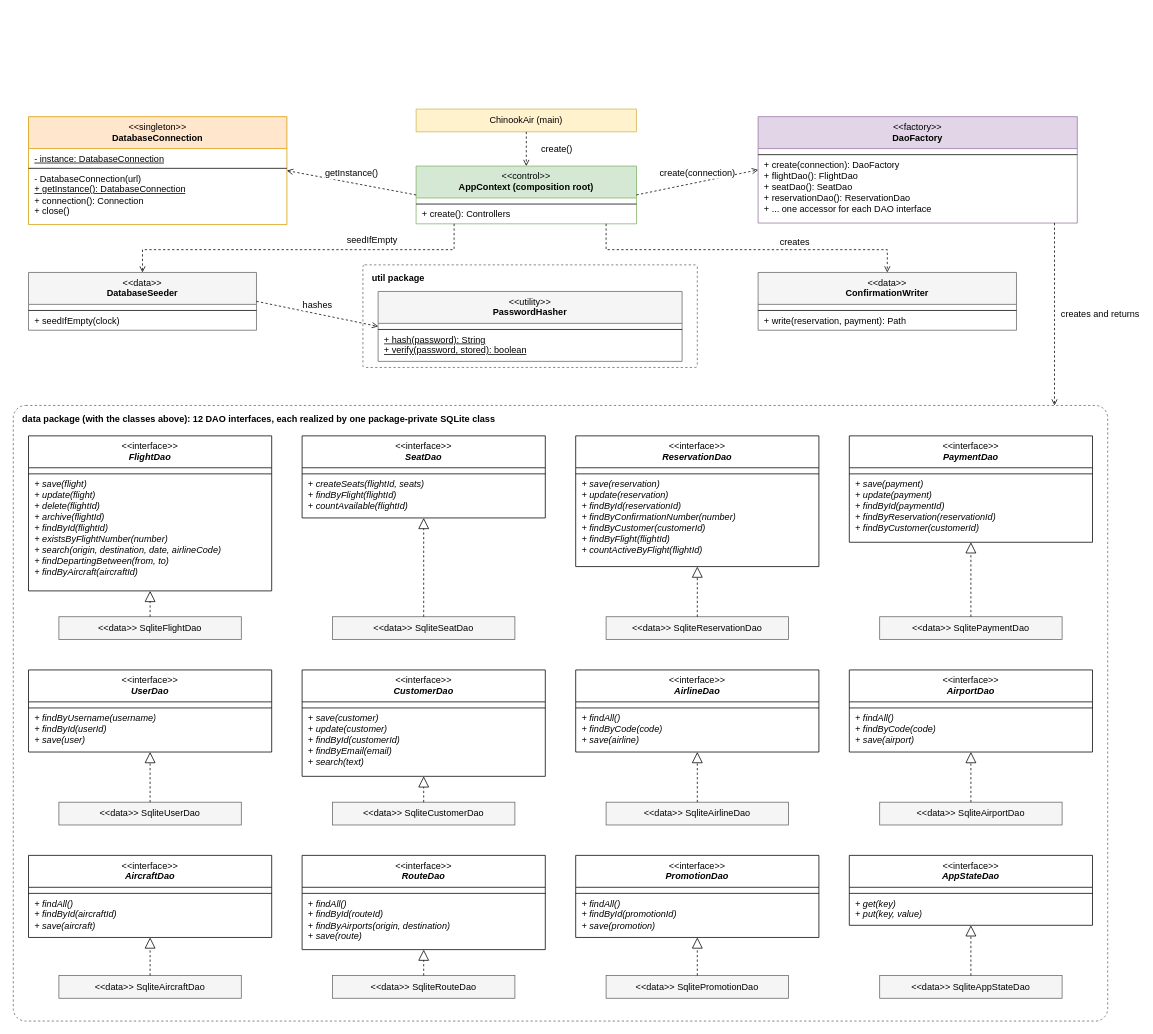
Earlier version of the draw.io diagram docs/diagrams/src/13-class-data.drawio (satyambhanot/ChinookAir). Source tidied: cells renumbered, new cells numbered last; positions are measured from the earlier drawing's top-left corner, leaving out a move shared by most shapes. Both pictures are drawn from the tidied source at 76%, with x=0, y=0 at pixel (13, 109).
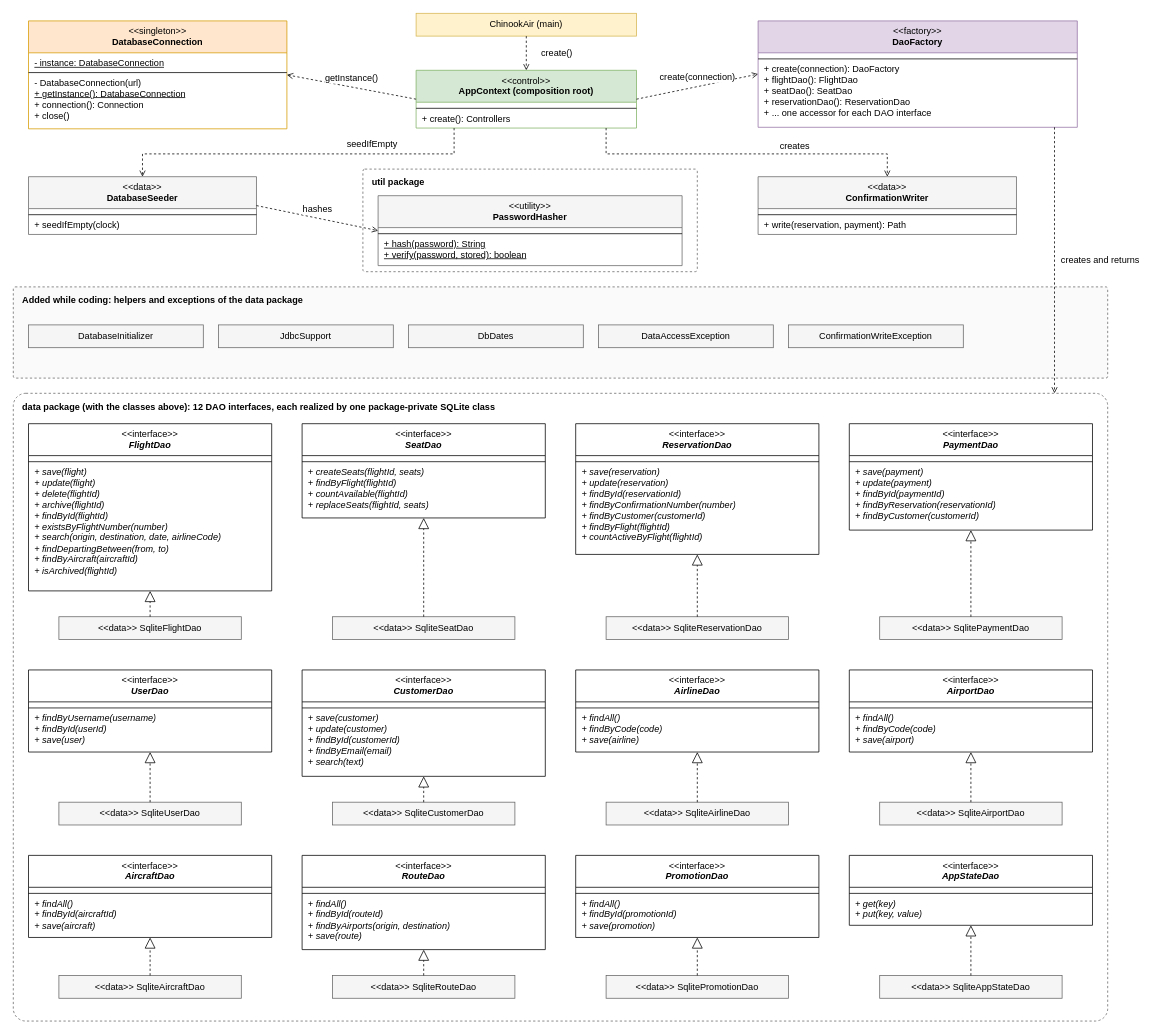
Above is the later version.

Commit message (it also covers changes not shown here):
Draw the classes and operations that were added while coding in the class diagrams

The edit, as a diff of the source:
```diff
@@
     <mxCell id="2" value="&amp;lt;&amp;lt;singleton&amp;gt;&amp;gt;&lt;br&gt;&lt;b&gt;DatabaseConnection&lt;/b&gt;" style="swimlane;fontStyle=0;align=center;verticalAlign=top;horizontal=1;startSize=42;whiteSpace=wrap;html=1;fillColor=#ffe6cc;strokeColor=#d79b00;fontFamily=Helvetica;fontSize=12;" parent="1" vertex="1">
-      <mxGeometry x="20" y="10" width="340" height="142" as="geometry" />
+      <mxGeometry x="20" y="-116" width="340" height="142" as="geometry" />
     </mxCell>
@@
     <mxCell id="6" value="&amp;lt;&amp;lt;control&amp;gt;&amp;gt;&lt;br&gt;&lt;b&gt;AppContext (composition root)&lt;/b&gt;" style="swimlane;fontStyle=0;align=center;verticalAlign=top;horizontal=1;startSize=42;whiteSpace=wrap;html=1;fillColor=#d5e8d4;strokeColor=#82b366;fontFamily=Helvetica;fontSize=12;" parent="1" vertex="1">
-      <mxGeometry x="530" y="75" width="290" height="76" as="geometry" />
+      <mxGeometry x="530" y="-51" width="290" height="76" as="geometry" />
     </mxCell>
@@
     <mxCell id="10" value="ChinookAir (main)" style="rounded=0;whiteSpace=wrap;html=1;fillColor=#fff2cc;strokeColor=#d6b656;fontFamily=Helvetica;fontSize=12;" parent="1" vertex="1">
-      <mxGeometry x="530" width="290" height="30" as="geometry" />
+      <mxGeometry x="530" y="-126" width="290" height="30" as="geometry" />
     </mxCell>
     <mxCell id="11" value="&amp;lt;&amp;lt;factory&amp;gt;&amp;gt;&lt;br&gt;&lt;b&gt;DaoFactory&lt;/b&gt;" style="swimlane;fontStyle=0;align=center;verticalAlign=top;horizontal=1;startSize=42;whiteSpace=wrap;html=1;fillColor=#e1d5e7;strokeColor=#9673a6;fontFamily=Helvetica;fontSize=12;" parent="1" vertex="1">
-      <mxGeometry x="980" y="10" width="420" height="140" as="geometry" />
+      <mxGeometry x="980" y="-116" width="420" height="140" as="geometry" />
     </mxCell>
@@
     <mxCell id="15" value="&amp;lt;&amp;lt;data&amp;gt;&amp;gt;&lt;br&gt;&lt;b&gt;DatabaseSeeder&lt;/b&gt;" style="swimlane;fontStyle=0;align=center;verticalAlign=top;horizontal=1;startSize=42;whiteSpace=wrap;html=1;fillColor=#f5f5f5;strokeColor=#666666;fontFamily=Helvetica;fontSize=12;" parent="1" vertex="1">
-      <mxGeometry x="20" y="215" width="300" height="76" as="geometry" />
+      <mxGeometry x="20" y="89" width="300" height="76" as="geometry" />
     </mxCell>
@@
     <mxCell id="19" value="&amp;lt;&amp;lt;data&amp;gt;&amp;gt;&lt;br&gt;&lt;b&gt;ConfirmationWriter&lt;/b&gt;" style="swimlane;fontStyle=0;align=center;verticalAlign=top;horizontal=1;startSize=42;whiteSpace=wrap;html=1;fillColor=#f5f5f5;strokeColor=#666666;fontFamily=Helvetica;fontSize=12;" parent="1" vertex="1">
-      <mxGeometry x="980" y="215" width="340" height="76" as="geometry" />
+      <mxGeometry x="980" y="89" width="340" height="76" as="geometry" />
     </mxCell>
@@
     <mxCell id="23" value="util package" style="rounded=1;arcSize=2;html=1;whiteSpace=wrap;fillColor=none;strokeColor=#666666;dashed=1;verticalAlign=top;align=left;spacingLeft=10;spacingTop=4;fontStyle=1;fontFamily=Helvetica;fontSize=12;" parent="1" vertex="1">
-      <mxGeometry x="460" y="205" width="440" height="135" as="geometry" />
+      <mxGeometry x="460" y="79" width="440" height="135" as="geometry" />
     </mxCell>
     <mxCell id="24" value="&amp;lt;&amp;lt;utility&amp;gt;&amp;gt;&lt;br&gt;&lt;b&gt;PasswordHasher&lt;/b&gt;" style="swimlane;fontStyle=0;align=center;verticalAlign=top;horizontal=1;startSize=42;whiteSpace=wrap;html=1;fillColor=#f5f5f5;strokeColor=#666666;fontFamily=Helvetica;fontSize=12;" parent="1" vertex="1">
-      <mxGeometry x="480" y="240" width="400" height="92" as="geometry" />
+      <mxGeometry x="480" y="114" width="400" height="92" as="geometry" />
     </mxCell>
@@
+    <mxCell id="108" value="Added while coding: helpers and exceptions of the data package" style="rounded=1;arcSize=2;html=1;whiteSpace=wrap;fillColor=#fafafa;strokeColor=#666666;dashed=1;verticalAlign=top;align=left;spacingLeft=10;spacingTop=4;fontStyle=1;fontFamily=Helvetica;fontSize=12;" parent="1" vertex="1">
+      <mxGeometry y="234" width="1440" height="120" as="geometry" />
+    </mxCell>
+    <mxCell id="109" value="DatabaseInitializer" style="rounded=0;whiteSpace=wrap;html=1;fillColor=#f5f5f5;strokeColor=#666666;fontFamily=Helvetica;fontSize=12;" parent="1" vertex="1">
+      <mxGeometry x="20" y="284" width="230" height="30" as="geometry" />
+    </mxCell>
+    <mxCell id="110" value="JdbcSupport" style="rounded=0;whiteSpace=wrap;html=1;fillColor=#f5f5f5;strokeColor=#666666;fontFamily=Helvetica;fontSize=12;" parent="1" vertex="1">
+      <mxGeometry x="270" y="284" width="230" height="30" as="geometry" />
+    </mxCell>
+    <mxCell id="111" value="DbDates" style="rounded=0;whiteSpace=wrap;html=1;fillColor=#f5f5f5;strokeColor=#666666;fontFamily=Helvetica;fontSize=12;" parent="1" vertex="1">
+      <mxGeometry x="520" y="284" width="230" height="30" as="geometry" />
+    </mxCell>
+    <mxCell id="112" value="DataAccessException" style="rounded=0;whiteSpace=wrap;html=1;fillColor=#f5f5f5;strokeColor=#666666;fontFamily=Helvetica;fontSize=12;" parent="1" vertex="1">
+      <mxGeometry x="770" y="284" width="230" height="30" as="geometry" />
+    </mxCell>
+    <mxCell id="113" value="ConfirmationWriteException" style="rounded=0;whiteSpace=wrap;html=1;fillColor=#f5f5f5;strokeColor=#666666;fontFamily=Helvetica;fontSize=12;" parent="1" vertex="1">
+      <mxGeometry x="1020" y="284" width="230" height="30" as="geometry" />
+    </mxCell>
     <mxCell id="28" value="&amp;lt;&amp;lt;interface&amp;gt;&amp;gt;&lt;br&gt;&lt;b&gt;&lt;i&gt;FlightDao&lt;/i&gt;&lt;/b&gt;" style="swimlane;fontStyle=0;align=center;verticalAlign=top;horizontal=1;startSize=42;whiteSpace=wrap;html=1;fillColor=#ffffff;strokeColor=#000000;fontFamily=Helvetica;fontSize=12;" parent="1" vertex="1">
-      <mxGeometry x="20" y="430" width="320" height="204" as="geometry" />
+      <mxGeometry x="20" y="414" width="320" height="220" as="geometry" />
     </mxCell>
@@
-    <mxCell id="31" value="&lt;i&gt;+ save(flight)&lt;/i&gt;&lt;br&gt;&lt;i&gt;+ update(flight)&lt;/i&gt;&lt;br&gt;&lt;i&gt;+ delete(flightId)&lt;/i&gt;&lt;br&gt;&lt;i&gt;+ archive(flightId)&lt;/i&gt;&lt;br&gt;&lt;i&gt;+ findById(flightId)&lt;/i&gt;&lt;br&gt;&lt;i&gt;+ existsByFlightNumber(number)&lt;/i&gt;&lt;br&gt;&lt;i&gt;+ search(origin, destination, date, airlineCode)&lt;/i&gt;&lt;br&gt;&lt;i&gt;+ findDepartingBetween(from, to)&lt;/i&gt;&lt;br&gt;&lt;i&gt;+ findByAircraft(aircraftId)&lt;/i&gt;" style="text;strokeColor=none;fillColor=none;align=left;verticalAlign=top;spacingLeft=6;spacingRight=4;overflow=hidden;whiteSpace=wrap;html=1;fontFamily=Helvetica;fontSize=12;" parent="28" vertex="1">
-      <mxGeometry y="50" width="320" height="154" as="geometry" />
+    <mxCell id="31" value="&lt;i&gt;+ save(flight)&lt;/i&gt;&lt;br&gt;&lt;i&gt;+ update(flight)&lt;/i&gt;&lt;br&gt;&lt;i&gt;+ delete(flightId)&lt;/i&gt;&lt;br&gt;&lt;i&gt;+ archive(flightId)&lt;/i&gt;&lt;br&gt;&lt;i&gt;+ findById(flightId)&lt;/i&gt;&lt;br&gt;&lt;i&gt;+ existsByFlightNumber(number)&lt;/i&gt;&lt;br&gt;&lt;i&gt;+ search(origin, destination, date, airlineCode)&lt;/i&gt;&lt;br&gt;&lt;i&gt;+ findDepartingBetween(from, to)&lt;/i&gt;&lt;br&gt;&lt;i&gt;+ findByAircraft(aircraftId)&lt;/i&gt;&lt;br&gt;&lt;i&gt;+ isArchived(flightId)&lt;/i&gt;" style="text;strokeColor=none;fillColor=none;align=left;verticalAlign=top;spacingLeft=6;spacingRight=4;overflow=hidden;whiteSpace=wrap;html=1;fontFamily=Helvetica;fontSize=12;" parent="28" vertex="1">
+      <mxGeometry y="50" width="320" height="170" as="geometry" />
     </mxCell>
@@
     <mxCell id="34" value="&amp;lt;&amp;lt;interface&amp;gt;&amp;gt;&lt;br&gt;&lt;b&gt;&lt;i&gt;SeatDao&lt;/i&gt;&lt;/b&gt;" style="swimlane;fontStyle=0;align=center;verticalAlign=top;horizontal=1;startSize=42;whiteSpace=wrap;html=1;fillColor=#ffffff;strokeColor=#000000;fontFamily=Helvetica;fontSize=12;" parent="1" vertex="1">
-      <mxGeometry x="380" y="430" width="320" height="108" as="geometry" />
+      <mxGeometry x="380" y="414" width="320" height="124" as="geometry" />
     </mxCell>
@@
-    <mxCell id="37" value="&lt;i&gt;+ createSeats(flightId, seats)&lt;/i&gt;&lt;br&gt;&lt;i&gt;+ findByFlight(flightId)&lt;/i&gt;&lt;br&gt;&lt;i&gt;+ countAvailable(flightId)&lt;/i&gt;" style="text;strokeColor=none;fillColor=none;align=left;verticalAlign=top;spacingLeft=6;spacingRight=4;overflow=hidden;whiteSpace=wrap;html=1;fontFamily=Helvetica;fontSize=12;" parent="34" vertex="1">
-      <mxGeometry y="50" width="320" height="58" as="geometry" />
+    <mxCell id="37" value="&lt;i&gt;+ createSeats(flightId, seats)&lt;/i&gt;&lt;br&gt;&lt;i&gt;+ findByFlight(flightId)&lt;/i&gt;&lt;br&gt;&lt;i&gt;+ countAvailable(flightId)&lt;/i&gt;&lt;br&gt;&lt;i&gt;+ replaceSeats(flightId, seats)&lt;/i&gt;" style="text;strokeColor=none;fillColor=none;align=left;verticalAlign=top;spacingLeft=6;spacingRight=4;overflow=hidden;whiteSpace=wrap;html=1;fontFamily=Helvetica;fontSize=12;" parent="34" vertex="1">
+      <mxGeometry y="50" width="320" height="74" as="geometry" />
     </mxCell>
@@
     <mxCell id="40" value="&amp;lt;&amp;lt;interface&amp;gt;&amp;gt;&lt;br&gt;&lt;b&gt;&lt;i&gt;ReservationDao&lt;/i&gt;&lt;/b&gt;" style="swimlane;fontStyle=0;align=center;verticalAlign=top;horizontal=1;startSize=42;whiteSpace=wrap;html=1;fillColor=#ffffff;strokeColor=#000000;fontFamily=Helvetica;fontSize=12;" parent="1" vertex="1">
-      <mxGeometry x="740" y="430" width="320" height="172" as="geometry" />
+      <mxGeometry x="740" y="414" width="320" height="172" as="geometry" />
     </mxCell>
@@
     <mxCell id="46" value="&amp;lt;&amp;lt;interface&amp;gt;&amp;gt;&lt;br&gt;&lt;b&gt;&lt;i&gt;PaymentDao&lt;/i&gt;&lt;/b&gt;" style="swimlane;fontStyle=0;align=center;verticalAlign=top;horizontal=1;startSize=42;whiteSpace=wrap;html=1;fillColor=#ffffff;strokeColor=#000000;fontFamily=Helvetica;fontSize=12;" parent="1" vertex="1">
-      <mxGeometry x="1100" y="430" width="320" height="140" as="geometry" />
+      <mxGeometry x="1100" y="414" width="320" height="140" as="geometry" />
     </mxCell>
@@
     <mxCell id="100" value="data package (with the classes above): 12 DAO interfaces, each realized by one package-private SQLite class" style="rounded=1;arcSize=2;html=1;whiteSpace=wrap;fillColor=none;strokeColor=#666666;dashed=1;verticalAlign=top;align=left;spacingLeft=10;spacingTop=4;fontStyle=1;fontFamily=Helvetica;fontSize=12;" parent="1" vertex="1">
-      <mxGeometry y="390" width="1440" height="810" as="geometry" />
+      <mxGeometry y="374" width="1440" height="826" as="geometry" />
     </mxCell>
@@
     <mxCell id="105" value="seedIfEmpty" style="html=1;rounded=0;dashed=1;endArrow=open;endFill=0;exitX=0.1724;exitY=1.0000;exitDx=0;exitDy=0;entryX=0.5000;entryY=0.0000;entryDx=0;entryDy=0;labelBackgroundColor=#ffffff;fontFamily=Helvetica;fontSize=12;" parent="1" edge="1" source="6" target="15">
       <mxGeometry x="-0.4" relative="1" as="geometry">
         <Array as="points">
-          <mxPoint x="580" y="185" />
-          <mxPoint x="170" y="185" />
+          <mxPoint x="580" y="59" />
+          <mxPoint x="170" y="59" />
         </Array>
         <mxPoint y="-12" as="offset" />
       </mxGeometry>
     </mxCell>
     <mxCell id="106" value="creates" style="html=1;rounded=0;dashed=1;endArrow=open;endFill=0;exitX=0.8621;exitY=1.0000;exitDx=0;exitDy=0;entryX=0.5000;entryY=0.0000;entryDx=0;entryDy=0;labelBackgroundColor=#ffffff;fontFamily=Helvetica;fontSize=12;" parent="1" edge="1" source="6" target="19">
       <mxGeometry x="0.3" relative="1" as="geometry">
         <Array as="points">
-          <mxPoint x="780" y="185" />
-          <mxPoint x="1150" y="185" />
+          <mxPoint x="780" y="59" />
+          <mxPoint x="1150" y="59" />
         </Array>
         <mxPoint y="-10" as="offset" />
       </mxGeometry>
     </mxCell>
```
